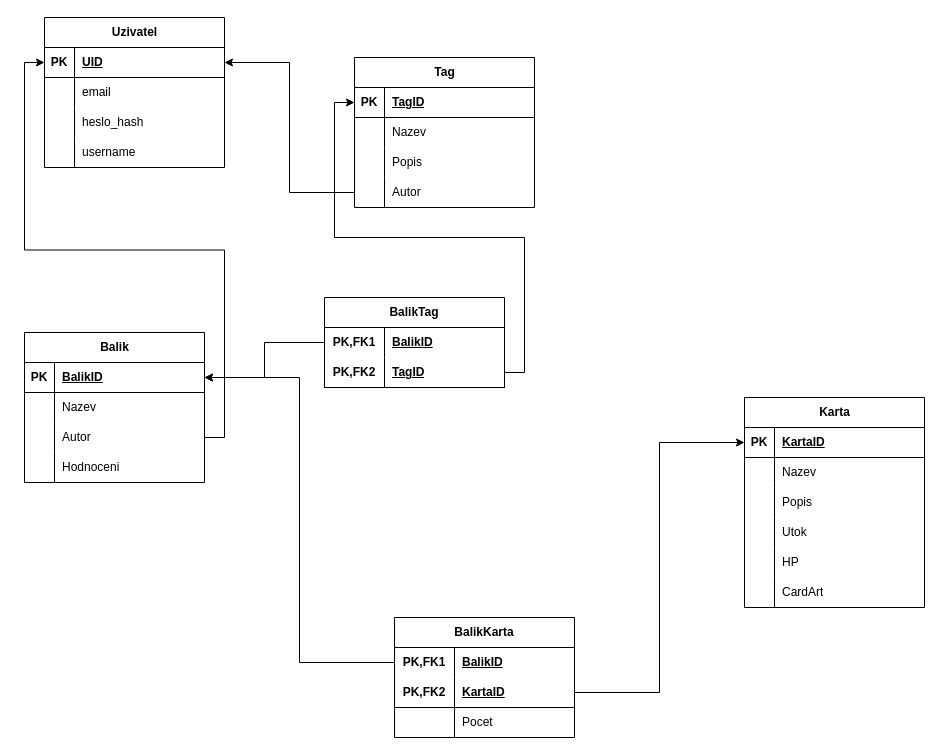
Above: Untitled Diagram.drawio in mtjchm/dobraOtazka (draw.io), before the change. Source tidied: cells renumbered, new cells numbered last; positions are measured from the earlier drawing's top-left corner, leaving out a move shared by most shapes. Both pictures are drawn from the tidied source at 100%, with x=0, y=0 at pixel (24, 17).
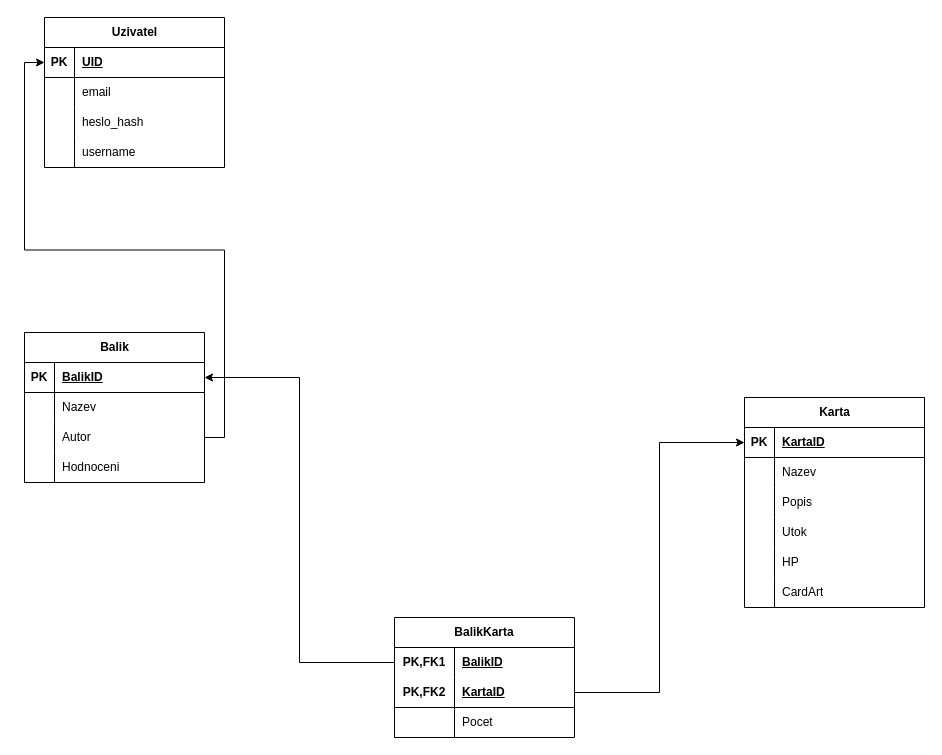
The same page after the edit.

The change refers to these unchanged cells:
```xml
<mxCell id="3" style="shape=tableRow;horizontal=0;startSize=0;swimlaneHead=0;swimlaneBody=0;fillColor=none;points=[[0,0.5],[1,0.5]];portConstraint=eastwest;top=0;left=0;right=0;bottom=1;" parent="2" vertex="1">
  <mxGeometry y="30" width="180" height="30" as="geometry" />
</mxCell>
<mxCell id="35" style="shape=tableRow;horizontal=0;startSize=0;swimlaneHead=0;swimlaneBody=0;fillColor=none;points=[[0,0.5],[1,0.5]];portConstraint=eastwest;top=0;left=0;right=0;bottom=1;" parent="34" vertex="1">
  <mxGeometry y="30" width="180" height="30" as="geometry" />
</mxCell>
```

Change to the diagram source:
```diff
@@
-    <mxCell id="60" value="Tag" style="shape=table;startSize=30;childLayout=tableLayout;rowLines=0;fontStyle=1;align=center;html=1;" parent="1" vertex="1">
-      <mxGeometry x="330" y="40" width="180" height="150" as="geometry" />
-    </mxCell>
-    <mxCell id="61" style="shape=tableRow;horizontal=0;startSize=0;swimlaneHead=0;swimlaneBody=0;fillColor=none;points=[[0,0.5],[1,0.5]];portConstraint=eastwest;top=0;left=0;right=0;bottom=1;" parent="60" vertex="1">
-      <mxGeometry y="30" width="180" height="30" as="geometry" />
-    </mxCell>
-    <mxCell id="62" value="PK" style="shape=partialRectangle;fillColor=none;top=0;left=0;bottom=0;right=0;fontStyle=1;overflow=hidden;whiteSpace=wrap;html=1;" parent="61" vertex="1">
-      <mxGeometry width="30" height="30" as="geometry" />
-    </mxCell>
-    <mxCell id="63" value="TagID" style="shape=partialRectangle;fillColor=none;top=0;left=0;bottom=0;right=0;align=left;spacingLeft=6;fontStyle=5;overflow=hidden;whiteSpace=wrap;html=1;" parent="61" vertex="1">
-      <mxGeometry x="30" width="150" height="30" as="geometry" />
-    </mxCell>
-    <mxCell id="64" style="shape=tableRow;horizontal=0;startSize=0;swimlaneHead=0;swimlaneBody=0;fillColor=none;top=0;left=0;right=0;bottom=0;" parent="60" vertex="1">
-      <mxGeometry y="60" width="180" height="30" as="geometry" />
-    </mxCell>
-    <mxCell id="65" style="shape=partialRectangle;fillColor=none;top=0;left=0;bottom=0;right=0;overflow=hidden;whiteSpace=wrap;html=1;" parent="64" vertex="1">
-      <mxGeometry width="30" height="30" as="geometry" />
-    </mxCell>
-    <mxCell id="66" value="Nazev&lt;span style=&quot;white-space: pre;&quot;&gt;&#9;&lt;/span&gt;" style="shape=partialRectangle;fillColor=none;top=0;left=0;bottom=0;right=0;align=left;spacingLeft=6;overflow=hidden;whiteSpace=wrap;html=1;" parent="64" vertex="1">
-      <mxGeometry x="30" width="150" height="30" as="geometry" />
-    </mxCell>
-    <mxCell id="67" style="shape=tableRow;horizontal=0;startSize=0;swimlaneHead=0;swimlaneBody=0;fillColor=none;top=0;left=0;right=0;bottom=0;" parent="60" vertex="1">
-      <mxGeometry y="90" width="180" height="30" as="geometry" />
-    </mxCell>
-    <mxCell id="68" style="shape=partialRectangle;fillColor=none;top=0;left=0;bottom=0;right=0;overflow=hidden;whiteSpace=wrap;html=1;" parent="67" vertex="1">
-      <mxGeometry width="30" height="30" as="geometry" />
-    </mxCell>
-    <mxCell id="69" value="Popis" style="shape=partialRectangle;fillColor=none;top=0;left=0;bottom=0;right=0;align=left;spacingLeft=6;overflow=hidden;whiteSpace=wrap;html=1;" parent="67" vertex="1">
-      <mxGeometry x="30" width="150" height="30" as="geometry" />
-    </mxCell>
-    <mxCell id="70" style="shape=tableRow;horizontal=0;startSize=0;swimlaneHead=0;swimlaneBody=0;fillColor=none;points=[[0,0.5],[1,0.5]];portConstraint=eastwest;top=0;left=0;right=0;bottom=0;" parent="60" vertex="1">
-      <mxGeometry y="120" width="180" height="30" as="geometry" />
-    </mxCell>
-    <mxCell id="71" style="shape=partialRectangle;fillColor=none;top=0;left=0;bottom=0;right=0;overflow=hidden;whiteSpace=wrap;html=1;" parent="70" vertex="1">
-      <mxGeometry width="30" height="30" as="geometry" />
-    </mxCell>
-    <mxCell id="72" value="Autor" style="shape=partialRectangle;fillColor=none;top=0;left=0;bottom=0;right=0;align=left;spacingLeft=6;overflow=hidden;whiteSpace=wrap;html=1;" parent="70" vertex="1">
-      <mxGeometry x="30" width="150" height="30" as="geometry" />
-    </mxCell>
-    <mxCell id="73" style="edgeStyle=orthogonalEdgeStyle;rounded=0;jettySize=auto;html=1;entryX=1;entryY=0.5;entryDx=0;entryDy=0;" parent="1" edge="1" source="70" target="3">
-      <mxGeometry relative="1" as="geometry" />
-    </mxCell>
-    <mxCell id="74" style="edgeStyle=orthogonalEdgeStyle;rounded=0;jettySize=auto;html=1;entryX=1;entryY=0.5;entryDx=0;entryDy=0;" parent="1" edge="1" source="75" target="35">
-      <mxGeometry relative="1" as="geometry" />
-    </mxCell>
-    <mxCell id="75" value="BalikTag" style="shape=table;startSize=30;childLayout=tableLayout;rowLines=0;fontStyle=1;align=center;html=1;whiteSpace=wrap;" parent="1" vertex="1">
-      <mxGeometry x="300" y="280" width="180" height="90" as="geometry" />
-    </mxCell>
-    <mxCell id="76" style="shape=tableRow;horizontal=0;startSize=0;swimlaneHead=0;swimlaneBody=0;fillColor=none;top=0;left=0;right=0;bottom=0;html=1;" parent="75" vertex="1">
-      <mxGeometry y="30" width="180" height="30" as="geometry" />
-    </mxCell>
-    <mxCell id="77" value="PK,FK1" style="shape=partialRectangle;fillColor=none;top=0;left=0;bottom=0;right=0;fontStyle=1;overflow=hidden;html=1;whiteSpace=wrap;" parent="76" vertex="1">
-      <mxGeometry width="60" height="30" as="geometry" />
-    </mxCell>
-    <mxCell id="78" value="BalikID" style="shape=partialRectangle;fillColor=none;top=0;left=0;bottom=0;right=0;align=left;spacingLeft=6;fontStyle=5;overflow=hidden;html=1;whiteSpace=wrap;" parent="76" vertex="1">
-      <mxGeometry x="60" width="120" height="30" as="geometry" />
-    </mxCell>
-    <mxCell id="79" style="shape=tableRow;horizontal=0;startSize=0;swimlaneHead=0;swimlaneBody=0;fillColor=none;points=[[0,0.5],[1,0.5]];portConstraint=eastwest;top=0;left=0;right=0;bottom=1;html=1;" parent="75" vertex="1">
-      <mxGeometry y="60" width="180" height="30" as="geometry" />
-    </mxCell>
-    <mxCell id="80" value="PK,FK2" style="shape=partialRectangle;fillColor=none;top=0;left=0;bottom=0;right=0;fontStyle=1;overflow=hidden;html=1;whiteSpace=wrap;" parent="79" vertex="1">
-      <mxGeometry width="60" height="30" as="geometry" />
-    </mxCell>
-    <mxCell id="81" value="TagID" style="shape=partialRectangle;fillColor=none;top=0;left=0;bottom=0;right=0;align=left;spacingLeft=6;fontStyle=5;overflow=hidden;html=1;whiteSpace=wrap;" parent="79" vertex="1">
-      <mxGeometry x="60" width="120" height="30" as="geometry" />
-    </mxCell>
-    <mxCell id="82" style="edgeStyle=orthogonalEdgeStyle;rounded=0;jettySize=auto;html=1;entryX=0;entryY=0.5;entryDx=0;entryDy=0;" parent="1" edge="1" source="79" target="61">
-      <mxGeometry relative="1" as="geometry" />
-    </mxCell>
```
